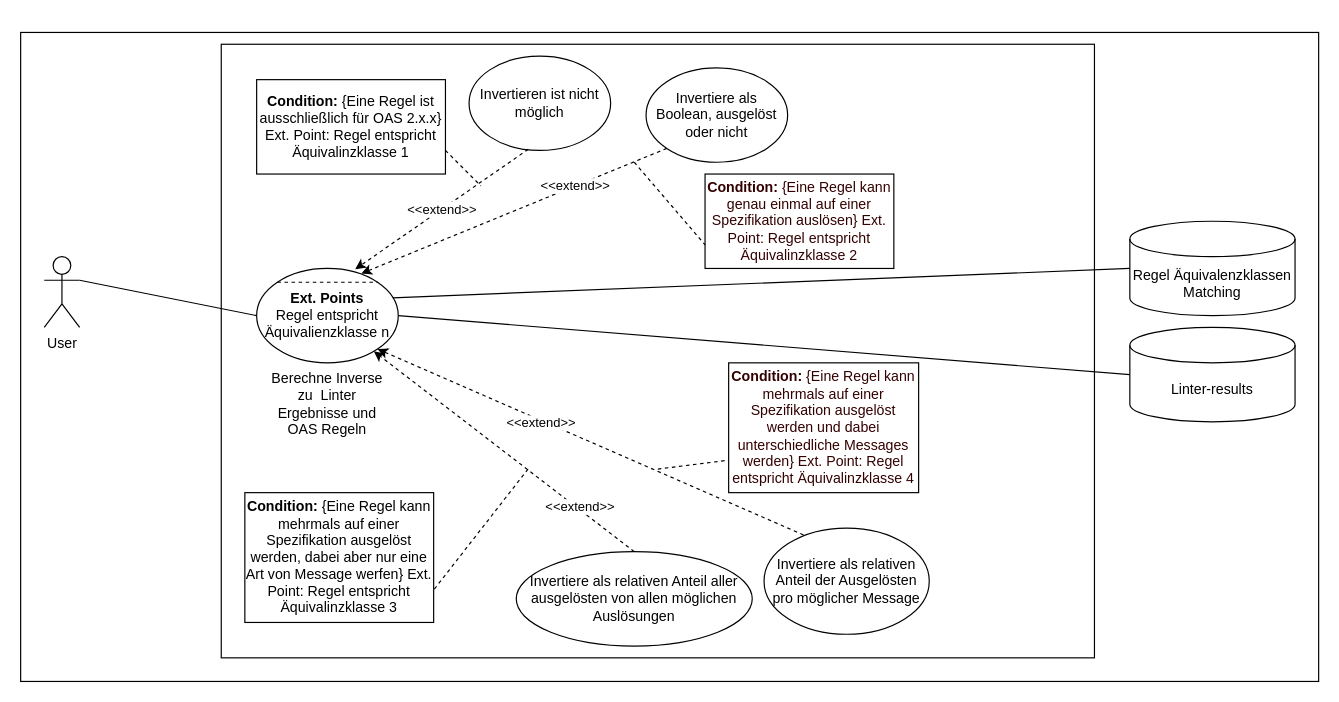
Earlier version of the draw.io diagram requirements/usecase/invert.drawio (paulbrenker/thesis). Source tidied: cells renumbered, new cells numbered last; positions are measured from the earlier drawing's top-left corner, leaving out a move shared by most shapes. Both pictures are drawn from the tidied source at 118%, with x=0, y=0 at pixel (20, 32).
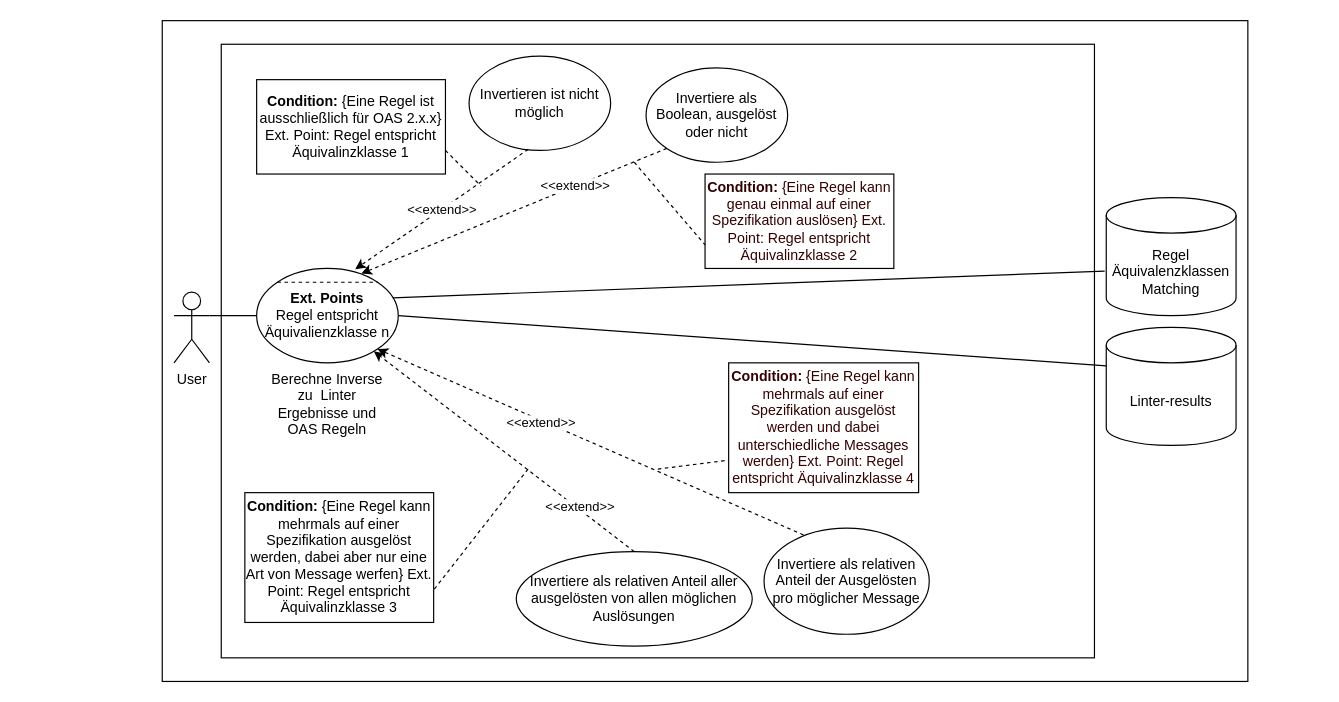
The same diagram, later.

The change refers to these unchanged cells:
```xml
<mxCell id="5" value="&lt;b&gt;Ext. Points&lt;/b&gt;&lt;br&gt;Regel entspricht Äquivalienzklasse n" style="ellipse;whiteSpace=wrap;html=1;" parent="1" vertex="1">
  <mxGeometry x="200" y="200" width="120" height="80" as="geometry" />
</mxCell>
```

The edit, as a diff of the source:
```diff
@@
     <mxCell id="2" style="rounded=0;whiteSpace=wrap;html=1;" parent="1" vertex="1">
-      <mxGeometry width="1100" height="550" as="geometry" />
+      <mxGeometry x="120" y="-10" width="920" height="560" as="geometry" />
     </mxCell>
@@
     <mxCell id="4" value="User" style="shape=umlActor;verticalLabelPosition=bottom;verticalAlign=top;html=1;outlineConnect=0;" parent="1" vertex="1">
-      <mxGeometry x="20" y="190" width="30" height="60" as="geometry" />
+      <mxGeometry x="130" y="220" width="30" height="60" as="geometry" />
     </mxCell>
@@
     <mxCell id="8" value="Regel Äquivalenzklassen Matching" style="shape=cylinder3;whiteSpace=wrap;html=1;boundedLbl=1;backgroundOutline=1;size=15;" parent="1" vertex="1">
-      <mxGeometry x="940" y="160" width="140" height="80" as="geometry" />
+      <mxGeometry x="920" y="140" width="110" height="100" as="geometry" />
     </mxCell>
     <mxCell id="9" value="Linter-results" style="shape=cylinder3;whiteSpace=wrap;html=1;boundedLbl=1;backgroundOutline=1;size=15;" parent="1" vertex="1">
-      <mxGeometry x="940" y="250" width="140" height="80" as="geometry" />
+      <mxGeometry x="920" y="250" width="110" height="100" as="geometry" />
     </mxCell>
-    <mxCell id="10" style="endArrow=none;html=1;exitX=0.96;exitY=0.311;exitDx=0;exitDy=0;entryX=0;entryY=0.5;entryDx=0;entryDy=0;entryPerimeter=0;exitPerimeter=0;" parent="1" edge="1" source="5" target="8">
+    <mxCell id="10" style="endArrow=none;html=1;exitX=0.96;exitY=0.311;exitDx=0;exitDy=0;entryX=-0.012;entryY=0.622;entryDx=0;entryDy=0;entryPerimeter=0;exitPerimeter=0;" parent="1" edge="1" source="5" target="8">
       <mxGeometry relative="1" as="geometry" />
     </mxCell>
@@
-    <mxCell id="12" style="endArrow=none;html=1;exitX=1;exitY=0.5;exitDx=0;exitDy=0;entryX=0;entryY=0.5;entryDx=0;entryDy=0;entryPerimeter=0;" parent="1" edge="1" source="5" target="9">
+    <mxCell id="12" style="endArrow=none;html=1;exitX=1;exitY=0.5;exitDx=0;exitDy=0;entryX=0;entryY=0;entryDx=0;entryDy=32.5;entryPerimeter=0;" parent="1" edge="1" source="5" target="9">
       <mxGeometry relative="1" as="geometry" />
     </mxCell>
```
